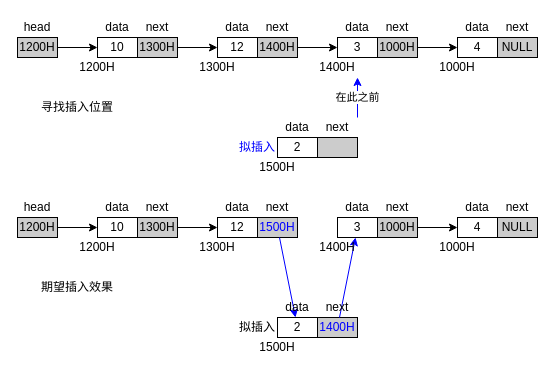
Above: page "7" (8 of 11) of images/c-struct-list.drawio in cs-course/marp-public (draw.io), before the change. Source tidied: cells renumbered, new cells numbered last; positions are measured from the earlier drawing's top-left corner, leaving out a move shared by most shapes. Both pictures are drawn from the tidied source at 100%, with x=0, y=0 at pixel (17, 17).
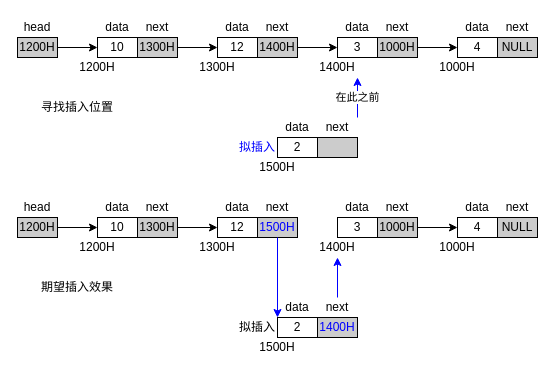
Above is the later version.

Unchanged cells that the change refers to:
```xml
<mxCell id="39" value="&lt;font color=&quot;#0000ff&quot;&gt;1500H&lt;/font&gt;" style="rounded=0;whiteSpace=wrap;html=1;fillColor=#CCCCCC;" parent="1" vertex="1">
  <mxGeometry x="240" y="200" width="40" height="20" as="geometry" />
</mxCell>
<mxCell id="48" value="3" style="rounded=0;whiteSpace=wrap;html=1;" parent="1" vertex="1">
  <mxGeometry x="320" y="200" width="40" height="20" as="geometry" />
</mxCell>
<mxCell id="60" value="1400H" style="rounded=0;whiteSpace=wrap;html=1;fillColor=#CCCCCC;fontColor=#0000FF;" parent="1" vertex="1">
  <mxGeometry x="300" y="300" width="40" height="20" as="geometry" />
</mxCell>
<mxCell id="61" value="2" style="rounded=0;whiteSpace=wrap;html=1;" parent="1" vertex="1">
  <mxGeometry x="260" y="300" width="40" height="20" as="geometry" />
</mxCell>
<mxCell id="65" value="data" style="text;html=1;strokeColor=none;fillColor=none;align=center;verticalAlign=middle;whiteSpace=wrap;rounded=0;" parent="1" vertex="1">
  <mxGeometry x="260" y="280" width="40" height="20" as="geometry" />
</mxCell>
<mxCell id="66" value="next" style="text;html=1;strokeColor=none;fillColor=none;align=center;verticalAlign=middle;whiteSpace=wrap;rounded=0;" parent="1" vertex="1">
  <mxGeometry x="300" y="280" width="40" height="20" as="geometry" />
</mxCell>
<mxCell id="67" value="1400H" style="text;html=1;strokeColor=none;fillColor=none;align=center;verticalAlign=middle;whiteSpace=wrap;rounded=0;" parent="1" vertex="1">
  <mxGeometry x="300" y="220" width="40" height="20" as="geometry" />
</mxCell>
```

Change to the diagram source:
```diff
@@
-    <mxCell id="56" style="endArrow=classic;html=1;strokeColor=#0000FF;" parent="1" edge="1" source="39" target="61">
+    <mxCell id="56" style="endArrow=classic;html=1;strokeColor=#0000FF;entryX=0;entryY=1;entryDx=0;entryDy=0;" parent="1" edge="1" source="39" target="65">
       <mxGeometry relative="1" as="geometry" />
     </mxCell>
@@
-    <mxCell id="64" style="endArrow=classic;html=1;strokeColor=#0000FF;" parent="1" edge="1" source="60" target="48">
+    <mxCell id="64" style="endArrow=classic;html=1;strokeColor=#0000FF;" parent="1" edge="1" source="66" target="67">
       <mxGeometry relative="1" as="geometry" />
     </mxCell>
```
